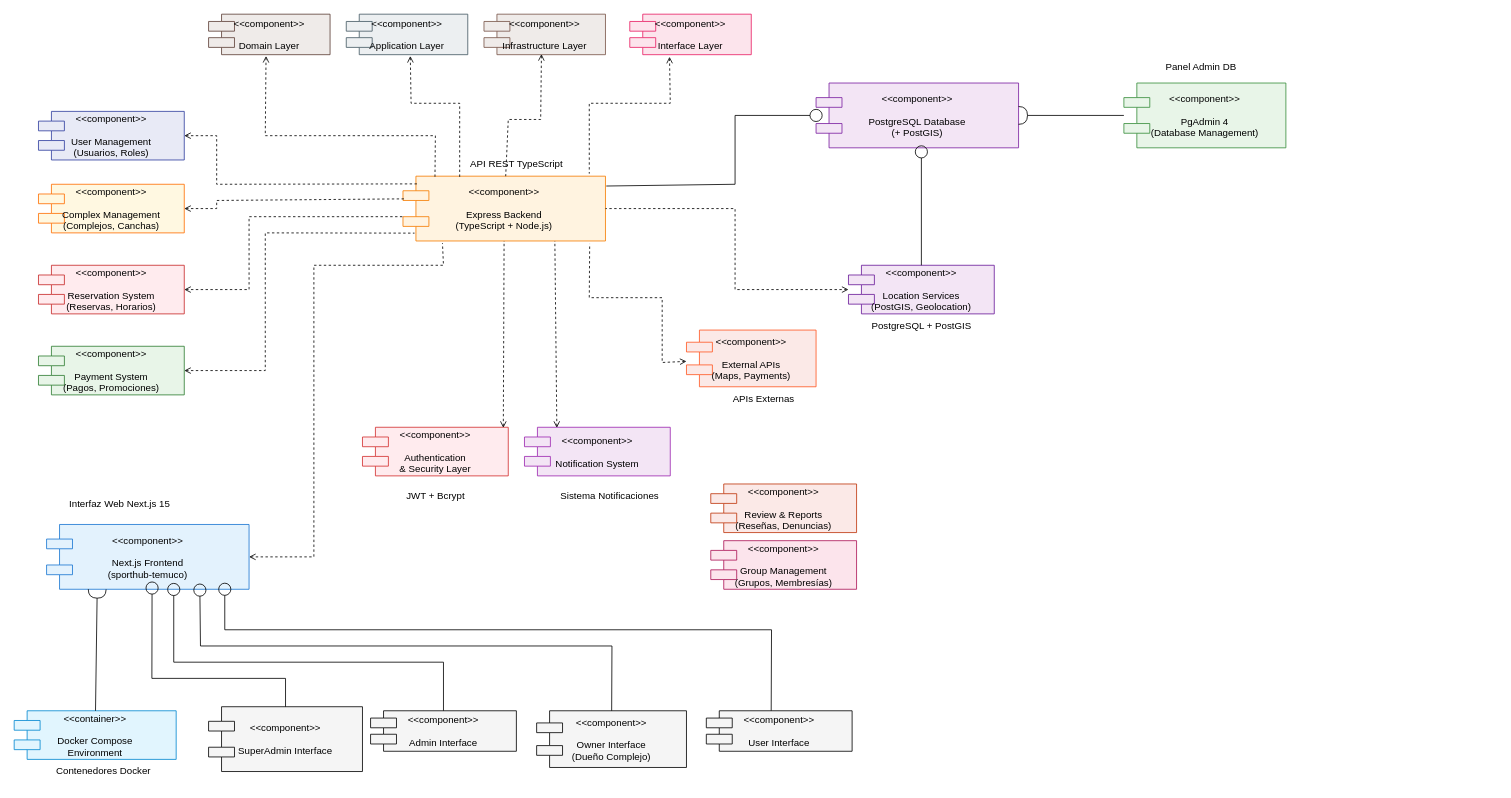
The draw.io diagram Aparte/Diagramas/Diagrama_Componentes(new).drawio in VichoMatus/Taller_Integracion_II, before the edit. Source tidied: cells renumbered, new cells numbered last; positions are measured from the earlier drawing's top-left corner, leaving out a move shared by most shapes. Both pictures are drawn from the tidied source at 81%, with x=0, y=0 at pixel (14, 14).
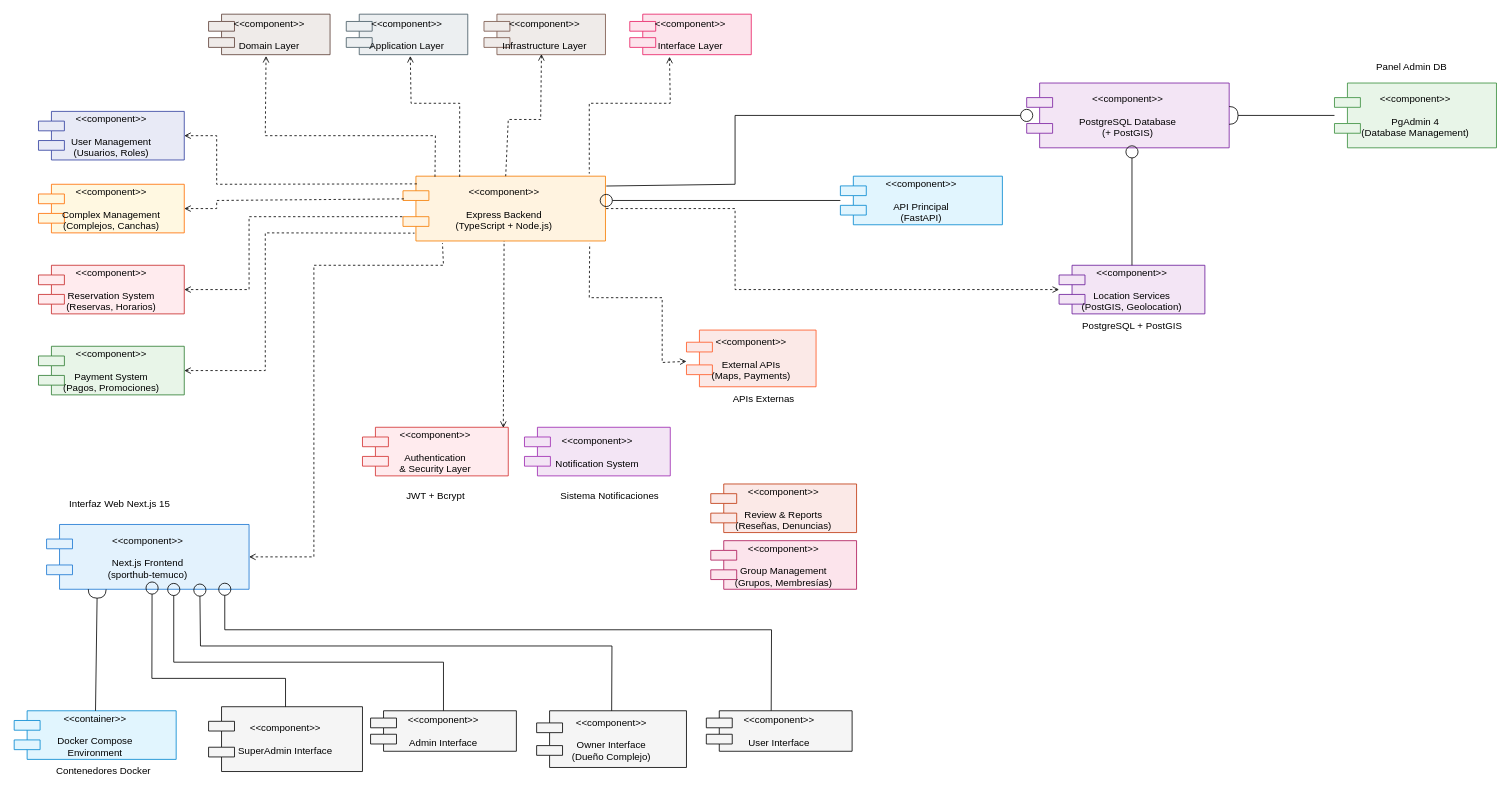
Above is the later version.

Commit message:
Se arregla diagragrama de componentes agregando la api

Unchanged cells that the change refers to:
```xml
<mxCell id="3" value="&lt;&lt;component&gt;&gt;&#10;&#10;Express Backend&#10;(TypeScript + Node.js)" style="shape=component;align=center;verticalAlign=middle;rounded=0;shadow=0;glass=0;strokeColor=#F57C00;fillColor=#FFF3E0;" parent="1" vertex="1">
  <mxGeometry x="480" y="200" width="250" height="80" as="geometry" />
</mxCell>
<mxCell id="24" value="&lt;&lt;component&gt;&gt;&#10;&#10;Notification System" style="shape=component;align=center;verticalAlign=middle;rounded=0;shadow=0;glass=0;strokeColor=#9C27B0;fillColor=#F3E5F5;" parent="1" vertex="1">
  <mxGeometry x="630" y="510" width="180" height="60" as="geometry" />
</mxCell>
```

Change to the diagram source:
```diff
@@
     <mxCell id="4" value="&lt;&lt;component&gt;&gt;&#10;&#10;PostgreSQL Database&#10;(+ PostGIS)" style="shape=component;align=center;verticalAlign=middle;rounded=0;shadow=0;glass=0;strokeColor=#7B1FA2;fillColor=#F3E5F5;" parent="1" vertex="1">
-      <mxGeometry x="990" y="85" width="250" height="80" as="geometry" />
+      <mxGeometry x="1250" y="85" width="250" height="80" as="geometry" />
     </mxCell>
     <mxCell id="5" value="&lt;&lt;component&gt;&gt;&#10;&#10;PgAdmin 4&#10;(Database Management)" style="shape=component;align=center;verticalAlign=middle;rounded=0;shadow=0;glass=0;strokeColor=#388E3C;fillColor=#E8F5E8;" parent="1" vertex="1">
-      <mxGeometry x="1370" y="85" width="200" height="80" as="geometry" />
+      <mxGeometry x="1630" y="85" width="200" height="80" as="geometry" />
     </mxCell>
@@
     <mxCell id="14" value="&lt;&lt;component&gt;&gt;&#10;&#10;Location Services&#10;(PostGIS, Geolocation)" style="shape=component;align=center;verticalAlign=middle;rounded=0;shadow=0;glass=0;strokeColor=#6A1B9A;fillColor=#F3E5F5;" parent="1" vertex="1">
-      <mxGeometry x="1030" y="310" width="180" height="60" as="geometry" />
+      <mxGeometry x="1290" y="310" width="180" height="60" as="geometry" />
     </mxCell>
@@
+    <mxCell id="54" style="endArrow=oval;html=1;rounded=0;endFill=0;endSize=15;" parent="1" edge="1" source="55">
+      <mxGeometry relative="1" as="geometry">
+        <mxPoint x="731" y="230" as="targetPoint" />
+      </mxGeometry>
+    </mxCell>
     <mxCell id="43" style="endArrow=oval;html=1;rounded=0;endFill=0;endSize=15;" parent="1" edge="1" source="14">
       <mxGeometry relative="1" as="geometry">
-        <mxPoint x="1120" y="170" as="targetPoint" />
+        <mxPoint x="1380" y="170" as="targetPoint" />
       </mxGeometry>
     </mxCell>
@@
-    <mxCell id="45" style="endArrow=none;html=1;rounded=0;dashed=1;endFill=0;startArrow=open;startFill=0;entryX=0.75;entryY=1;entryDx=0;entryDy=0;exitX=0.222;exitY=0.012;exitDx=0;exitDy=0;exitPerimeter=0;" parent="1" edge="1" source="24" target="3">
-      <mxGeometry relative="1" as="geometry" />
-    </mxCell>
@@
-    <mxCell id="47" value="API REST TypeScript" style="text;html=1;align=center;verticalAlign=middle;strokeColor=none;fillColor=none;" parent="1" vertex="1">
-      <mxGeometry x="550" y="170" width="140" height="30" as="geometry" />
-    </mxCell>
     <mxCell id="48" value="PostgreSQL + PostGIS" style="text;html=1;align=center;verticalAlign=middle;strokeColor=none;fillColor=none;" parent="1" vertex="1">
-      <mxGeometry x="1050" y="370" width="140" height="30" as="geometry" />
+      <mxGeometry x="1310" y="370" width="140" height="30" as="geometry" />
     </mxCell>
     <mxCell id="49" value="Panel Admin DB" style="text;html=1;align=center;verticalAlign=middle;strokeColor=none;fillColor=none;" parent="1" vertex="1">
-      <mxGeometry x="1410" y="50" width="110" height="30" as="geometry" />
+      <mxGeometry x="1670" y="50" width="110" height="30" as="geometry" />
     </mxCell>
@@
+    <mxCell id="55" value="&lt;&lt;component&gt;&gt;&#10;&#10;API Principal&#10;(FastAPI)" style="shape=component;align=center;verticalAlign=middle;rounded=0;shadow=0;glass=0;strokeColor=#0288D1;fillColor=#E1F5FE;" parent="1" vertex="1">
+      <mxGeometry x="1020" y="200" width="200" height="60" as="geometry" />
+    </mxCell>
```
